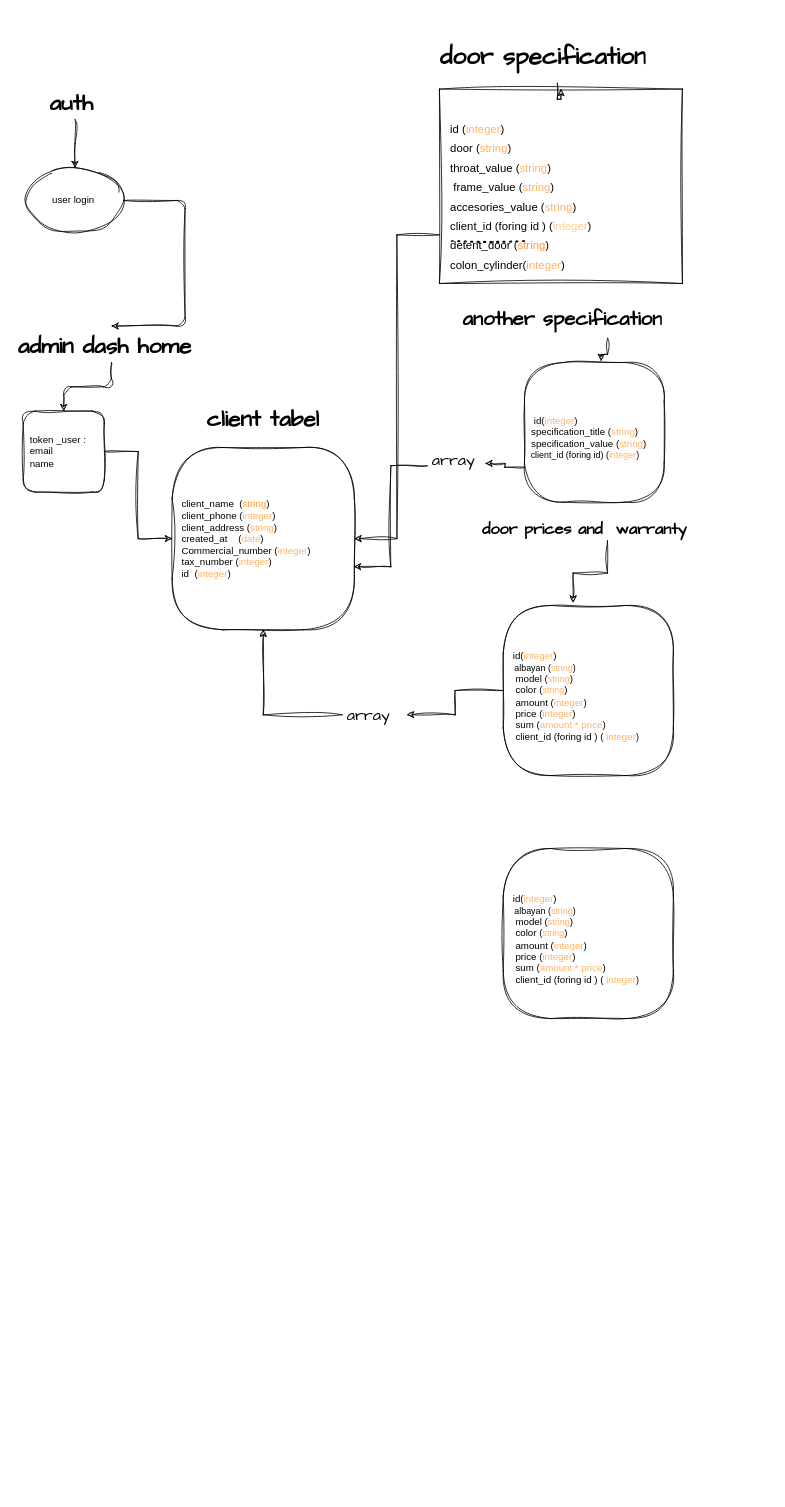
Above: minix/Untitled Diagram.drawio in MohammedMusatfa44/Space (draw.io), before the change. Source tidied: cells renumbered, new cells numbered last; positions are measured from the earlier drawing's top-left corner, leaving out a move shared by most shapes. Both pictures are drawn from the tidied source at 81%, with x=0, y=0 at pixel (14, 22).
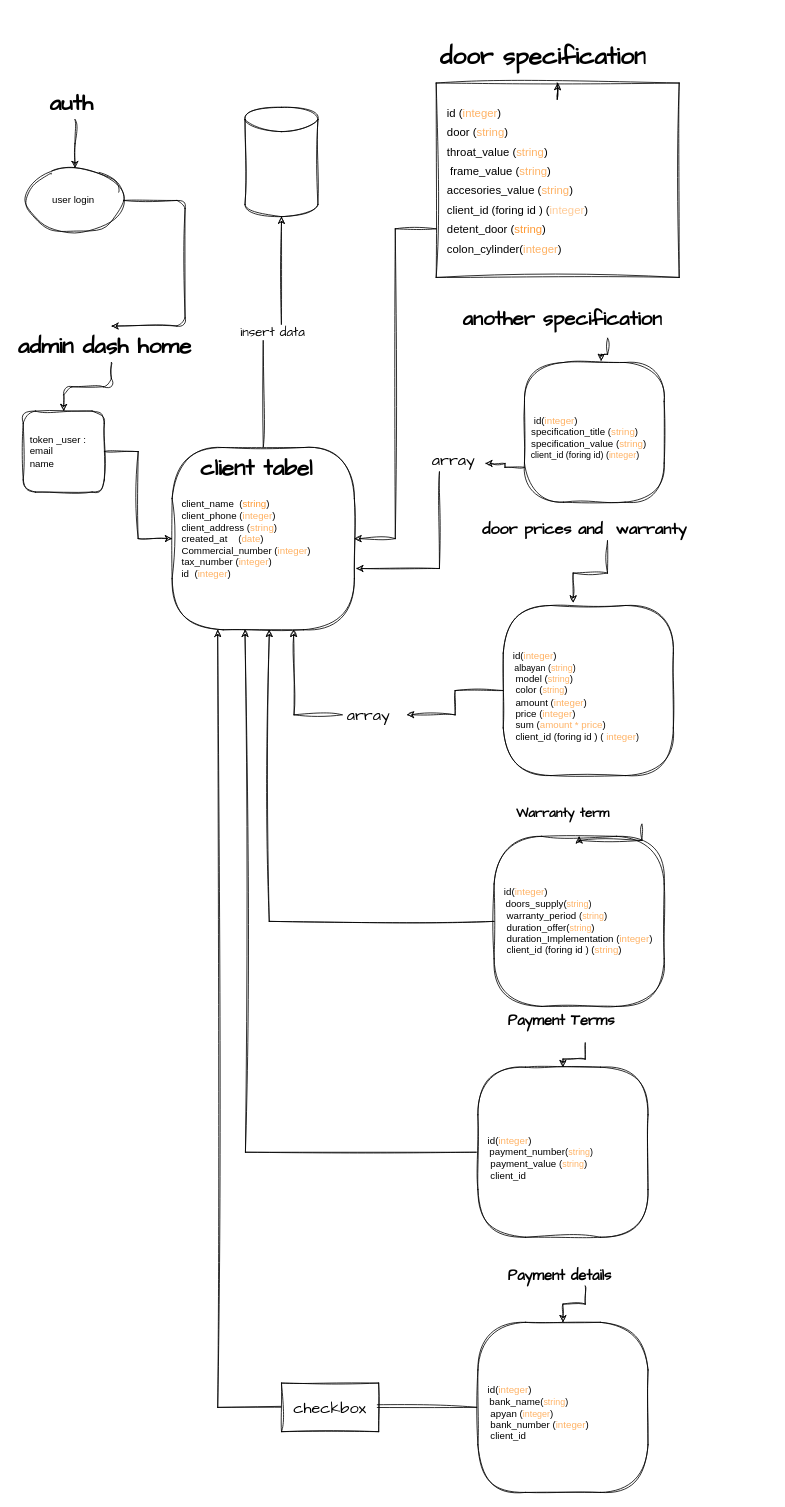
After the change.

Unchanged cells that the change refers to:
```xml
<mxCell id="8" value="&amp;nbsp; &amp;nbsp;client_name&amp;nbsp; (&lt;font color=&quot;#ff9933&quot;&gt;string&lt;/font&gt;)&lt;br&gt;&amp;nbsp; &amp;nbsp;client_phone (&lt;font color=&quot;#ffb366&quot;&gt;integer&lt;/font&gt;)&lt;br&gt;&amp;nbsp; &amp;nbsp;client_address (&lt;font color=&quot;#ffb366&quot;&gt;string&lt;/font&gt;)&lt;br&gt;&amp;nbsp; &amp;nbsp;created_at&amp;nbsp; &amp;nbsp; (&lt;font color=&quot;#ffb366&quot;&gt;date&lt;/font&gt;)&amp;nbsp; &amp;nbsp; &amp;nbsp; &amp;nbsp; &amp;nbsp; &amp;nbsp; &amp;nbsp; &amp;nbsp; &amp;nbsp; &amp;nbsp; &amp;nbsp; &amp;nbsp; &amp;nbsp; &amp;nbsp; &amp;nbsp; &amp;nbsp; &amp;nbsp; &amp;nbsp; &amp;nbsp;Commercial_number (&lt;font color=&quot;#ffb366&quot;&gt;integer&lt;/font&gt;)&lt;br&gt;&amp;nbsp; &amp;nbsp;tax_number (&lt;font color=&quot;#ffb366&quot;&gt;integer&lt;/font&gt;)&lt;br&gt;&amp;nbsp; &amp;nbsp;id&amp;nbsp; (&lt;font color=&quot;#ffb366&quot;&gt;integer&lt;/font&gt;)" style="rounded=1;glass=0;align=left;labelBackgroundColor=none;sketch=1;curveFitting=1;jiggle=2;labelBorderColor=none;whiteSpace=wrap;html=1;fontStyle=0;horizontal=1;verticalAlign=middle;fontFamily=Helvetica;arcSize=28;" parent="1" vertex="1">
  <mxGeometry x="195" y="525" width="225" height="225" as="geometry" />
</mxCell>
<mxCell id="22" value="array" style="text;strokeColor=none;fillColor=none;align=left;verticalAlign=middle;spacingLeft=4;spacingRight=4;overflow=hidden;points=[[0,0.5],[1,0.5]];portConstraint=eastwest;whiteSpace=wrap;html=1;fontSize=20;fontFamily=Architects Daughter;" parent="1" vertex="1">
  <mxGeometry x="510" y="525" width="71.8" height="30" as="geometry" />
</mxCell>
<mxCell id="28" value="array" style="text;strokeColor=none;fillColor=none;align=left;verticalAlign=middle;spacingLeft=4;spacingRight=4;overflow=hidden;points=[[0,0.5],[1,0.5]];portConstraint=eastwest;whiteSpace=wrap;html=1;fontSize=20;fontFamily=Architects Daughter;" parent="1" vertex="1">
  <mxGeometry x="405" y="840" width="80" height="30" as="geometry" />
</mxCell>
```

Diff of the diagram source:
```diff
@@
+    <mxCell id="31" value="insert data" style="edgeStyle=orthogonalEdgeStyle;rounded=0;sketch=1;hachureGap=4;jiggle=2;curveFitting=1;jettySize=auto;html=1;fontFamily=Architects Daughter;fontSize=16;" parent="1" edge="1" source="8" target="43">
+      <mxGeometry relative="1" as="geometry" />
+    </mxCell>
@@
     <mxCell id="9" value="&lt;h1 style=&quot;font-size: 28px;&quot;&gt;client tabel&lt;/h1&gt;&lt;div&gt;&lt;br&gt;&lt;/div&gt;" style="text;html=1;strokeColor=none;fillColor=none;spacing=5;spacingTop=-20;whiteSpace=wrap;overflow=hidden;rounded=0;fontSize=20;fontFamily=Architects Daughter;" parent="1" vertex="1">
-      <mxGeometry x="232.5" y="465" width="150" height="45" as="geometry" />
+      <mxGeometry x="225" y="525" width="150" height="45" as="geometry" />
     </mxCell>
@@
-    <mxCell id="13" value="&lt;font face=&quot;Helvetica&quot; style=&quot;font-size: 14px;&quot;&gt;&lt;font style=&quot;font-size: 14px;&quot;&gt;&amp;nbsp; &lt;br&gt;&amp;nbsp; &amp;nbsp;id (&lt;font style=&quot;font-size: 14px;&quot; color=&quot;#ffb366&quot;&gt;integer&lt;/font&gt;)&lt;br&gt;&amp;nbsp; &amp;nbsp;door (&lt;font style=&quot;font-size: 14px;&quot; color=&quot;#ffb366&quot;&gt;string&lt;/font&gt;)&amp;nbsp;&lt;br&gt;&amp;nbsp; &amp;nbsp;throat_value (&lt;font style=&quot;font-size: 14px;&quot; color=&quot;#ffb366&quot;&gt;string&lt;/font&gt;)&lt;br&gt;&amp;nbsp; &amp;nbsp; frame_value (&lt;span style=&quot;color: rgb(255, 179, 102);&quot;&gt;string&lt;/span&gt;)&lt;br&gt;&amp;nbsp; &amp;nbsp;accesories_value (&lt;span style=&quot;color: rgb(255, 179, 102);&quot;&gt;string&lt;/span&gt;&lt;/font&gt;&lt;font style=&quot;font-size: 14px;&quot;&gt;)&lt;br&gt;&amp;nbsp; &amp;nbsp;client_id (foring id ) (&lt;font style=&quot;font-size: 14px;&quot; color=&quot;#ffcc99&quot;&gt;integer&lt;/font&gt;)&amp;nbsp;&lt;br&gt;&lt;/font&gt;&amp;nbsp; &amp;nbsp;detent_door (&lt;font style=&quot;border-color: var(--border-color); font-size: 14px;&quot; color=&quot;#ff9933&quot;&gt;string&lt;/font&gt;)&lt;br style=&quot;border-color: var(--border-color);&quot;&gt;&amp;nbsp; &amp;nbsp;colon_cylinder(&lt;font style=&quot;border-color: var(--border-color); font-size: 14px;&quot; color=&quot;#ffb366&quot;&gt;integer&lt;/font&gt;)&lt;/font&gt;&lt;span style=&quot;background-color: initial; font-size: 19px;&quot;&gt;&lt;br&gt;&lt;/span&gt;" style="rounded=0;whiteSpace=wrap;html=1;sketch=1;hachureGap=4;jiggle=2;curveFitting=1;fontFamily=Architects Daughter;fontSize=20;align=left;" parent="1" vertex="1">
-      <mxGeometry x="525" y="82.5" width="300" height="240" as="geometry" />
+    <mxCell id="13" value="&lt;font face=&quot;Helvetica&quot; style=&quot;font-size: 14px;&quot;&gt;&lt;font style=&quot;font-size: 14px;&quot;&gt;&amp;nbsp; &lt;br&gt;&amp;nbsp; &amp;nbsp;id (&lt;font style=&quot;font-size: 14px;&quot; color=&quot;#ffb366&quot;&gt;integer&lt;/font&gt;)&lt;br&gt;&amp;nbsp; &amp;nbsp;door (&lt;font style=&quot;font-size: 14px;&quot; color=&quot;#ffb366&quot;&gt;string&lt;/font&gt;)&amp;nbsp;&lt;br&gt;&amp;nbsp; &amp;nbsp;throat_value (&lt;font style=&quot;font-size: 14px;&quot; color=&quot;#ffb366&quot;&gt;string&lt;/font&gt;)&lt;br&gt;&amp;nbsp; &amp;nbsp; frame_value (&lt;span style=&quot;color: rgb(255, 179, 102);&quot;&gt;string&lt;/span&gt;)&lt;br&gt;&amp;nbsp; &amp;nbsp;accesories_value (&lt;span style=&quot;color: rgb(255, 179, 102);&quot;&gt;string&lt;/span&gt;&lt;/font&gt;&lt;font style=&quot;font-size: 14px;&quot;&gt;)&lt;br&gt;&amp;nbsp; &amp;nbsp;client_id (foring id ) (&lt;font style=&quot;font-size: 14px;&quot; color=&quot;#ffcc99&quot;&gt;integer&lt;/font&gt;)&amp;nbsp;&lt;br&gt;&lt;/font&gt;&amp;nbsp; &amp;nbsp;detent_door (&lt;font style=&quot;border-color: var(--border-color); font-size: 14px;&quot; color=&quot;#ff9933&quot;&gt;string&lt;/font&gt;)&lt;br style=&quot;border-color: var(--border-color);&quot;&gt;&amp;nbsp; &amp;nbsp;colon_cylinder(&lt;font style=&quot;border-color: var(--border-color); font-size: 14px;&quot; color=&quot;#ffb366&quot;&gt;integer&lt;/font&gt;)&lt;br&gt;&lt;/font&gt;&lt;span style=&quot;background-color: initial; font-size: 19px;&quot;&gt;&amp;nbsp;&amp;nbsp;&lt;br&gt;&lt;/span&gt;" style="rounded=0;whiteSpace=wrap;html=1;sketch=1;hachureGap=4;jiggle=2;curveFitting=1;fontFamily=Architects Daughter;fontSize=20;align=left;" parent="1" vertex="1">
+      <mxGeometry x="521" y="75" width="300" height="240" as="geometry" />
     </mxCell>
@@
-    <mxCell id="16" style="endArrow=none;dashed=1;html=1;dashPattern=1 3;strokeWidth=2;rounded=0;sketch=1;hachureGap=4;jiggle=2;curveFitting=1;fontFamily=Architects Daughter;fontSize=16;" parent="1" edge="1">
-      <mxGeometry relative="1" as="geometry">
-        <mxPoint x="540" y="270" as="sourcePoint" />
-        <mxPoint x="630" y="270" as="targetPoint" />
-        <Array as="points">
-          <mxPoint x="540.5" y="270" />
-        </Array>
-      </mxGeometry>
-    </mxCell>
@@
-    <mxCell id="19" style="edgeStyle=orthogonalEdgeStyle;rounded=0;sketch=1;hachureGap=4;jiggle=2;curveFitting=1;jettySize=auto;html=1;exitX=0;exitY=0.75;exitDx=0;exitDy=0;entryX=0.997;entryY=0.654;entryDx=0;entryDy=0;entryPerimeter=0;fontFamily=Architects Daughter;fontSize=16;" parent="1" edge="1" source="22" target="8">
-      <mxGeometry relative="1" as="geometry" />
-    </mxCell>
@@
+    <mxCell id="19" style="edgeStyle=orthogonalEdgeStyle;rounded=0;sketch=1;hachureGap=4;jiggle=2;curveFitting=1;jettySize=auto;html=1;entryX=1.01;entryY=0.664;entryDx=0;entryDy=0;entryPerimeter=0;fontFamily=Architects Daughter;fontSize=16;" parent="1" edge="1" source="22" target="8">
+      <mxGeometry relative="1" as="geometry">
+        <Array as="points">
+          <mxPoint x="525" y="674" />
+        </Array>
+      </mxGeometry>
+    </mxCell>
@@
-    <mxCell id="27" style="edgeStyle=orthogonalEdgeStyle;rounded=0;sketch=1;hachureGap=4;jiggle=2;curveFitting=1;jettySize=auto;html=1;entryX=0.5;entryY=1;entryDx=0;entryDy=0;fontFamily=Architects Daughter;fontSize=16;" parent="1" edge="1" source="28" target="8">
-      <mxGeometry relative="1" as="geometry" />
+    <mxCell id="27" style="edgeStyle=orthogonalEdgeStyle;rounded=0;sketch=1;hachureGap=4;jiggle=2;curveFitting=1;jettySize=auto;html=1;fontFamily=Architects Daughter;fontSize=16;" parent="1" edge="1" source="28">
+      <mxGeometry relative="1" as="geometry">
+        <mxPoint x="345" y="750" as="targetPoint" />
+      </mxGeometry>
     </mxCell>
@@
+    <mxCell id="32" style="edgeStyle=orthogonalEdgeStyle;rounded=0;sketch=1;hachureGap=4;jiggle=2;curveFitting=1;jettySize=auto;html=1;entryX=0.533;entryY=1;entryDx=0;entryDy=0;entryPerimeter=0;fontFamily=Architects Daughter;fontSize=16;" parent="1" edge="1" source="29" target="8">
+      <mxGeometry relative="1" as="geometry" />
+    </mxCell>
-    <mxCell id="29" value="&lt;font style=&quot;font-size: 12px;&quot;&gt;&amp;nbsp;&amp;nbsp;&lt;br&gt;&amp;nbsp; &amp;nbsp;id(&lt;font style=&quot;font-size: 12px;&quot; color=&quot;#ffb366&quot;&gt;integer&lt;/font&gt;)&lt;br&gt;&lt;/font&gt;&lt;span style=&quot;font-size: 11px; font-family: &amp;quot;Architects Daughter&amp;quot;; background-color: initial;&quot;&gt;&amp;nbsp; &lt;/span&gt;&lt;span style=&quot;font-size: 11px; background-color: initial;&quot;&gt;&amp;nbsp;albayan (&lt;font color=&quot;#ffb366&quot;&gt;string&lt;/font&gt;)&lt;br&gt;&lt;/span&gt;&amp;nbsp; &amp;nbsp; model (&lt;span style=&quot;color: rgb(255, 179, 102); font-size: 11px;&quot;&gt;string&lt;/span&gt;)&amp;nbsp;&lt;br&gt;&amp;nbsp; &amp;nbsp; color (&lt;span style=&quot;color: rgb(255, 179, 102); font-size: 11px;&quot;&gt;string&lt;/span&gt;)&lt;br&gt;&amp;nbsp; &amp;nbsp; amount (&lt;span style=&quot;color: rgb(255, 179, 102);&quot;&gt;integer&lt;/span&gt;)&lt;br&gt;&amp;nbsp; &amp;nbsp; price (&lt;span style=&quot;color: rgb(255, 179, 102);&quot;&gt;integer&lt;/span&gt;)&lt;br&gt;&amp;nbsp; &amp;nbsp; sum (&lt;font color=&quot;#ffb366&quot;&gt;amount * price&lt;/font&gt;)&amp;nbsp;&lt;br&gt;&amp;nbsp; &amp;nbsp; client_id (foring id ) (&amp;nbsp;&lt;span style=&quot;color: rgb(255, 179, 102);&quot;&gt;integer&lt;/span&gt;&lt;span style=&quot;font-size: 11px; background-color: initial;&quot;&gt;)&lt;br&gt;&lt;/span&gt;" style="rounded=1;glass=0;align=left;labelBackgroundColor=none;sketch=1;curveFitting=1;jiggle=2;labelBorderColor=none;whiteSpace=wrap;html=1;fontStyle=0;horizontal=1;verticalAlign=middle;fontFamily=Helvetica;arcSize=28;" parent="1" vertex="1">
-      <mxGeometry x="603.8" y="1020" width="210" height="210" as="geometry" />
+    <mxCell id="29" value="&lt;font style=&quot;font-size: 12px;&quot;&gt;&amp;nbsp;&amp;nbsp;&lt;br&gt;&amp;nbsp; &amp;nbsp;id(&lt;font style=&quot;font-size: 12px;&quot; color=&quot;#ffb366&quot;&gt;integer&lt;/font&gt;)&lt;br&gt;&lt;/font&gt;&lt;span style=&quot;font-size: 11px; font-family: &amp;quot;Architects Daughter&amp;quot;; background-color: initial;&quot;&gt;&amp;nbsp; &lt;/span&gt;&lt;span style=&quot;background-color: initial;&quot;&gt;&amp;nbsp;doors_supply(&lt;font style=&quot;font-size: 11px;&quot; color=&quot;#ffb366&quot;&gt;string&lt;/font&gt;&lt;span style=&quot;font-size: 11px;&quot;&gt;)&lt;/span&gt;&lt;br&gt;&lt;/span&gt;&amp;nbsp; &amp;nbsp; warranty_period (&lt;span style=&quot;color: rgb(255, 179, 102); font-size: 11px;&quot;&gt;string&lt;/span&gt;)&amp;nbsp;&lt;br&gt;&amp;nbsp; &amp;nbsp; duration_offer(&lt;span style=&quot;color: rgb(255, 179, 102); font-size: 11px;&quot;&gt;string&lt;/span&gt;)&lt;br&gt;&amp;nbsp; &amp;nbsp; duration_Implementation (&lt;span style=&quot;color: rgb(255, 179, 102);&quot;&gt;integer&lt;/span&gt;)&lt;br&gt;&amp;nbsp; &amp;nbsp; client_id (foring id ) (&lt;font color=&quot;#ffb366&quot;&gt;string&lt;/font&gt;)&lt;br&gt;&amp;nbsp; &amp;nbsp;&lt;span style=&quot;font-size: 11px; background-color: initial;&quot;&gt;&lt;br&gt;&lt;/span&gt;" style="rounded=1;glass=0;align=left;labelBackgroundColor=none;sketch=1;curveFitting=1;jiggle=2;labelBorderColor=none;whiteSpace=wrap;html=1;fontStyle=0;horizontal=1;verticalAlign=middle;fontFamily=Helvetica;arcSize=28;" parent="1" vertex="1">
+      <mxGeometry x="592.5" y="1005" width="210" height="210" as="geometry" />
     </mxCell>
+    <mxCell id="33" style="edgeStyle=orthogonalEdgeStyle;rounded=0;sketch=1;hachureGap=4;jiggle=2;curveFitting=1;jettySize=auto;html=1;entryX=0.5;entryY=0;entryDx=0;entryDy=0;fontFamily=Architects Daughter;fontSize=16;" parent="1" edge="1" source="30" target="29">
+      <mxGeometry relative="1" as="geometry" />
+    </mxCell>
-    <mxCell id="30" value="&lt;h1 style=&quot;border-color: var(--border-color);&quot;&gt;&lt;br&gt;&lt;/h1&gt;" style="text;html=1;strokeColor=none;fillColor=none;spacing=5;spacingTop=-20;whiteSpace=wrap;overflow=hidden;rounded=0;fontSize=20;fontFamily=Architects Daughter;" parent="1" vertex="1">
-      <mxGeometry x="572.5" y="930" width="320" height="60" as="geometry" />
+    <mxCell id="30" value="&lt;h1 style=&quot;border-color: var(--border-color);&quot;&gt;&lt;font style=&quot;font-size: 16px;&quot;&gt;Warranty term&amp;nbsp;&lt;/font&gt;&lt;br&gt;&lt;/h1&gt;" style="text;html=1;strokeColor=none;fillColor=none;spacing=5;spacingTop=-20;whiteSpace=wrap;overflow=hidden;rounded=0;fontSize=20;fontFamily=Architects Daughter;" parent="1" vertex="1">
+      <mxGeometry x="615" y="930" width="320" height="60" as="geometry" />
     </mxCell>
+    <mxCell id="34" style="edgeStyle=orthogonalEdgeStyle;rounded=0;sketch=1;hachureGap=4;jiggle=2;curveFitting=1;jettySize=auto;html=1;fontFamily=Architects Daughter;fontSize=16;" parent="1" edge="1" source="35">
+      <mxGeometry relative="1" as="geometry">
+        <mxPoint x="285" y="750" as="targetPoint" />
+      </mxGeometry>
+    </mxCell>
+    <mxCell id="35" value="&lt;font style=&quot;font-size: 12px;&quot;&gt;&amp;nbsp;&amp;nbsp;&lt;br&gt;&amp;nbsp; &amp;nbsp;id(&lt;font style=&quot;font-size: 12px;&quot; color=&quot;#ffb366&quot;&gt;integer&lt;/font&gt;)&lt;br&gt;&lt;/font&gt;&lt;span style=&quot;font-size: 11px; font-family: &amp;quot;Architects Daughter&amp;quot;; background-color: initial;&quot;&gt;&amp;nbsp; &lt;/span&gt;&lt;span style=&quot;background-color: initial;&quot;&gt;&amp;nbsp;payment_number(&lt;font style=&quot;font-size: 11px;&quot; color=&quot;#ffb366&quot;&gt;string&lt;/font&gt;&lt;span style=&quot;font-size: 11px;&quot;&gt;)&lt;/span&gt;&lt;br&gt;&lt;/span&gt;&amp;nbsp; &amp;nbsp; payment_value (&lt;span style=&quot;color: rgb(255, 179, 102); font-size: 11px;&quot;&gt;string&lt;/span&gt;)&amp;nbsp;&lt;br&gt;&amp;nbsp; &amp;nbsp; client_id&amp;nbsp;&lt;span style=&quot;font-size: 11px; background-color: initial;&quot;&gt;&lt;br&gt;&lt;/span&gt;" style="rounded=1;glass=0;align=left;labelBackgroundColor=none;sketch=1;curveFitting=1;jiggle=2;labelBorderColor=none;whiteSpace=wrap;html=1;fontStyle=0;horizontal=1;verticalAlign=middle;fontFamily=Helvetica;arcSize=28;" parent="1" vertex="1">
+      <mxGeometry x="572.5" y="1290" width="210" height="210" as="geometry" />
+    </mxCell>
+    <mxCell id="36" style="edgeStyle=orthogonalEdgeStyle;rounded=0;sketch=1;hachureGap=4;jiggle=2;curveFitting=1;jettySize=auto;html=1;fontFamily=Architects Daughter;fontSize=16;" parent="1" edge="1" source="37" target="35">
+      <mxGeometry relative="1" as="geometry" />
+    </mxCell>
+    <mxCell id="37" value="Payment Terms" style="text;whiteSpace=wrap;fontSize=18;fontFamily=Architects Daughter;fontStyle=1;" parent="1" vertex="1">
+      <mxGeometry x="607.5" y="1215" width="195" height="45" as="geometry" />
+    </mxCell>
+    <mxCell id="38" style="edgeStyle=orthogonalEdgeStyle;rounded=0;sketch=1;hachureGap=4;jiggle=2;curveFitting=1;jettySize=auto;html=1;fontFamily=Architects Daughter;fontSize=16;" parent="1" edge="1" source="39" target="41">
+      <mxGeometry relative="1" as="geometry" />
+    </mxCell>
+    <mxCell id="39" value="Payment details" style="text;whiteSpace=wrap;fontSize=18;fontFamily=Architects Daughter;fontStyle=1;" parent="1" vertex="1">
+      <mxGeometry x="607.5" y="1530" width="195" height="30" as="geometry" />
+    </mxCell>
+    <mxCell id="40" style="edgeStyle=orthogonalEdgeStyle;rounded=0;sketch=1;hachureGap=4;jiggle=2;curveFitting=1;jettySize=auto;html=1;fontFamily=Architects Daughter;fontSize=16;entryX=0.25;entryY=1;entryDx=0;entryDy=0;" parent="1" edge="1" source="41" target="8">
+      <mxGeometry relative="1" as="geometry" />
+    </mxCell>
+    <mxCell id="41" value="&lt;font style=&quot;font-size: 12px;&quot;&gt;&amp;nbsp;&amp;nbsp;&lt;br&gt;&amp;nbsp; &amp;nbsp;id(&lt;font style=&quot;font-size: 12px;&quot; color=&quot;#ffb366&quot;&gt;integer&lt;/font&gt;)&lt;br&gt;&lt;/font&gt;&lt;span style=&quot;font-size: 11px; font-family: &amp;quot;Architects Daughter&amp;quot;; background-color: initial;&quot;&gt;&amp;nbsp; &lt;/span&gt;&lt;span style=&quot;background-color: initial;&quot;&gt;&amp;nbsp;bank_name(&lt;font style=&quot;font-size: 11px;&quot; color=&quot;#ffb366&quot;&gt;string&lt;/font&gt;&lt;span style=&quot;font-size: 11px;&quot;&gt;)&lt;/span&gt;&lt;br&gt;&lt;/span&gt;&amp;nbsp; &amp;nbsp; apyan (&lt;span style=&quot;color: rgb(255, 179, 102); font-size: 11px;&quot;&gt;integer&lt;/span&gt;)&amp;nbsp;&lt;br&gt;&amp;nbsp; &amp;nbsp; bank_number (&lt;font color=&quot;#ffb366&quot;&gt;integer&lt;/font&gt;)&lt;br&gt;&amp;nbsp; &amp;nbsp; client_id&amp;nbsp;&lt;span style=&quot;font-size: 11px; background-color: initial;&quot;&gt;&lt;br&gt;&lt;/span&gt;" style="rounded=1;glass=0;align=left;labelBackgroundColor=none;sketch=1;curveFitting=1;jiggle=2;labelBorderColor=none;whiteSpace=wrap;html=1;fontStyle=0;horizontal=1;verticalAlign=middle;fontFamily=Helvetica;arcSize=28;" parent="1" vertex="1">
+      <mxGeometry x="572.5" y="1605" width="210" height="210" as="geometry" />
+    </mxCell>
+    <mxCell id="42" value="checkbox" style="whiteSpace=wrap;html=1;sketch=1;hachureGap=4;jiggle=2;curveFitting=1;fontFamily=Architects Daughter;fontSize=20;" parent="1" vertex="1">
+      <mxGeometry x="330" y="1680" width="120" height="60" as="geometry" />
+    </mxCell>
+    <mxCell id="43" style="shape=cylinder3;whiteSpace=wrap;html=1;boundedLbl=1;backgroundOutline=1;size=15;sketch=1;hachureGap=4;jiggle=2;curveFitting=1;fontFamily=Architects Daughter;fontSize=20;" parent="1" vertex="1">
+      <mxGeometry x="285" y="105" width="90" height="135" as="geometry" />
+    </mxCell>
```
